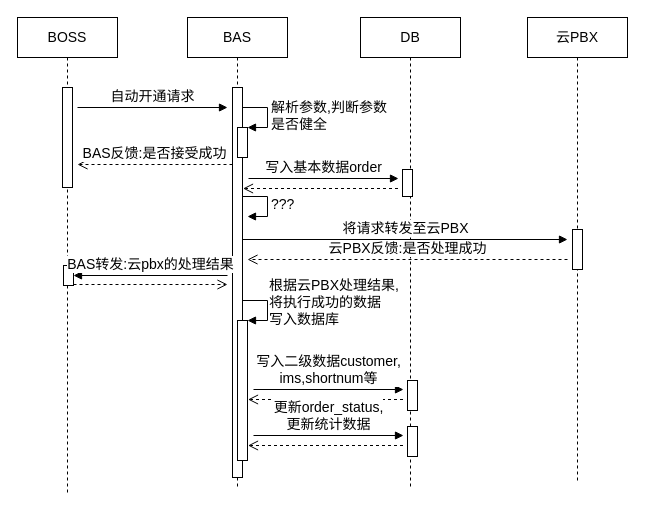
waterwatermelon/graph keeps this draw.io diagram as BAS/sequence-interaction.drawio. Above is the earlier version. Source tidied: cells renumbered, new cells numbered last; positions are measured from the earlier drawing's top-left corner, leaving out a move shared by most shapes. Both pictures are drawn from the tidied source at 100%, with x=0, y=0 at pixel (17, 17).
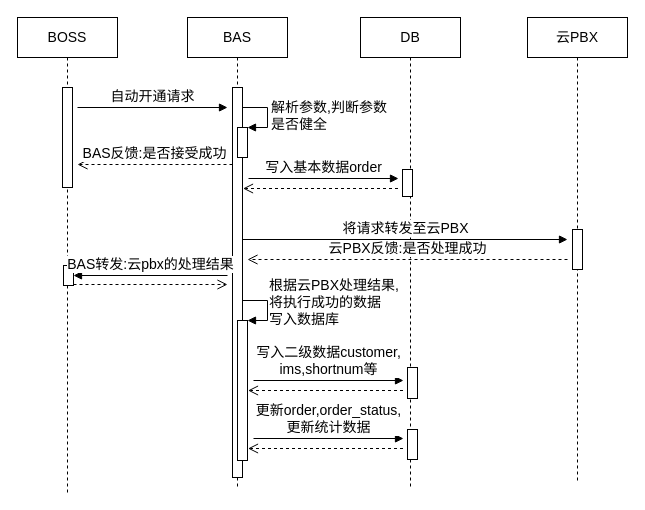
Above is the later version.

Unchanged cells that the change refers to:
```xml
<mxCell id="6" value="DB" style="shape=umlLifeline;perimeter=lifelinePerimeter;whiteSpace=wrap;html=1;fontSize=14;" parent="1" vertex="1">
  <mxGeometry x="343" width="100" height="470" as="geometry" />
</mxCell>
```

Change to the diagram source:
```diff
@@
     <mxCell id="7" style="html=1;perimeter=orthogonalPerimeter;fontSize=14;" parent="6" vertex="1">
-      <mxGeometry x="47" y="363" width="10" height="30" as="geometry" />
+      <mxGeometry x="47" y="350" width="10" height="31" as="geometry" />
     </mxCell>
@@
     <mxCell id="21" value="写入二级数据customer,&lt;br&gt;ims,shortnum等" style="html=1;verticalAlign=bottom;endArrow=block;fontSize=14;" parent="1" edge="1">
       <mxGeometry relative="1" as="geometry">
-        <mxPoint x="236" y="372" as="sourcePoint" />
-        <mxPoint x="386" y="372" as="targetPoint" />
+        <mxPoint x="236" y="363" as="sourcePoint" />
+        <mxPoint x="386" y="363" as="targetPoint" />
       </mxGeometry>
     </mxCell>
     <mxCell id="22" style="html=1;verticalAlign=bottom;endArrow=open;dashed=1;endSize=8;fontSize=14;" parent="1" edge="1">
       <mxGeometry relative="1" as="geometry">
-        <mxPoint x="385.5" y="382" as="sourcePoint" />
-        <mxPoint x="230.5" y="382" as="targetPoint" />
+        <mxPoint x="385.5" y="373" as="sourcePoint" />
+        <mxPoint x="230.5" y="373" as="targetPoint" />
       </mxGeometry>
     </mxCell>
@@
     <mxCell id="24" style="html=1;perimeter=orthogonalPerimeter;fontSize=14;" parent="1" vertex="1">
-      <mxGeometry x="390" y="409" width="10" height="30" as="geometry" />
+      <mxGeometry x="390" y="412" width="10" height="30" as="geometry" />
     </mxCell>
-    <mxCell id="25" value="更新order_status,&lt;br&gt;更新统计数据" style="html=1;verticalAlign=bottom;endArrow=block;fontSize=14;" parent="1" edge="1">
+    <mxCell id="25" value="更新order,order_status,&lt;br&gt;更新统计数据" style="html=1;verticalAlign=bottom;endArrow=block;fontSize=14;" parent="1" edge="1">
       <mxGeometry relative="1" as="geometry">
-        <mxPoint x="236" y="418" as="sourcePoint" />
-        <mxPoint x="386" y="418" as="targetPoint" />
+        <mxPoint x="236" y="421" as="sourcePoint" />
+        <mxPoint x="386" y="421" as="targetPoint" />
       </mxGeometry>
     </mxCell>
     <mxCell id="26" style="html=1;verticalAlign=bottom;endArrow=open;dashed=1;endSize=8;fontSize=14;" parent="1" edge="1">
       <mxGeometry relative="1" as="geometry">
-        <mxPoint x="385.5" y="428" as="sourcePoint" />
-        <mxPoint x="230.5" y="428" as="targetPoint" />
+        <mxPoint x="385.5" y="431" as="sourcePoint" />
+        <mxPoint x="230.5" y="431" as="targetPoint" />
       </mxGeometry>
     </mxCell>
@@
-    <mxCell id="30" value="???" style="edgeStyle=orthogonalEdgeStyle;html=1;align=left;spacingLeft=2;endArrow=block;rounded=0;entryX=1;entryY=0;fontSize=14;" parent="1" edge="1">
-      <mxGeometry relative="1" as="geometry">
-        <mxPoint x="225" y="179" as="sourcePoint" />
-        <mxPoint x="230" y="199" as="targetPoint" />
-        <Array as="points">
-          <mxPoint x="250" y="179" />
-        </Array>
-      </mxGeometry>
-    </mxCell>
```
